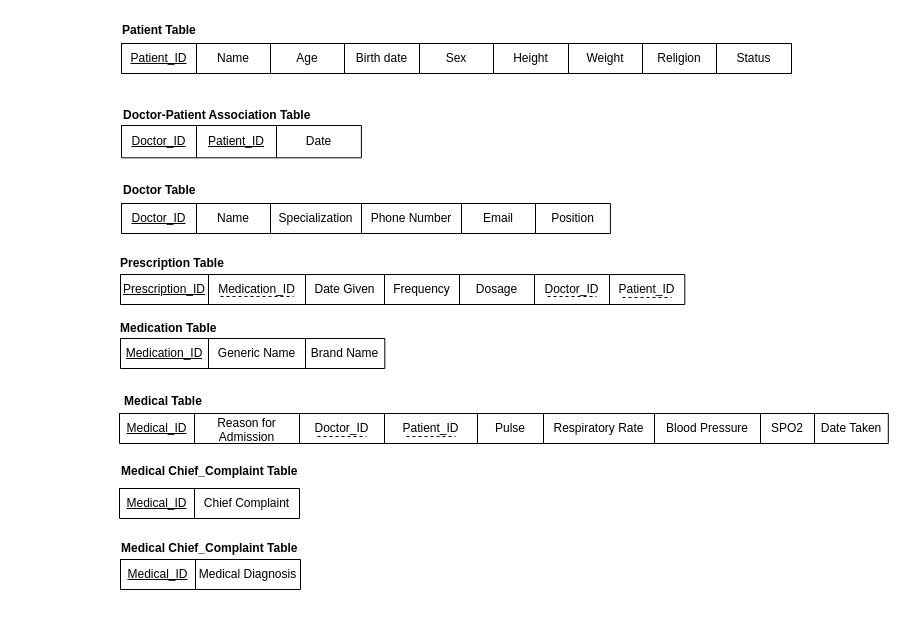
Earlier version of the draw.io diagram page "Normalized Relational Table" (3 of 3) of img/[CCINFOM, Group 7] EERD and Normalized DB.drawio (zrygan/DB-App). Source tidied: cells renumbered, new cells numbered last; positions are measured from the earlier drawing's top-left corner, leaving out a move shared by most shapes. Both pictures are drawn from the tidied source at 100%, with x=0, y=0 at pixel (118, 17).
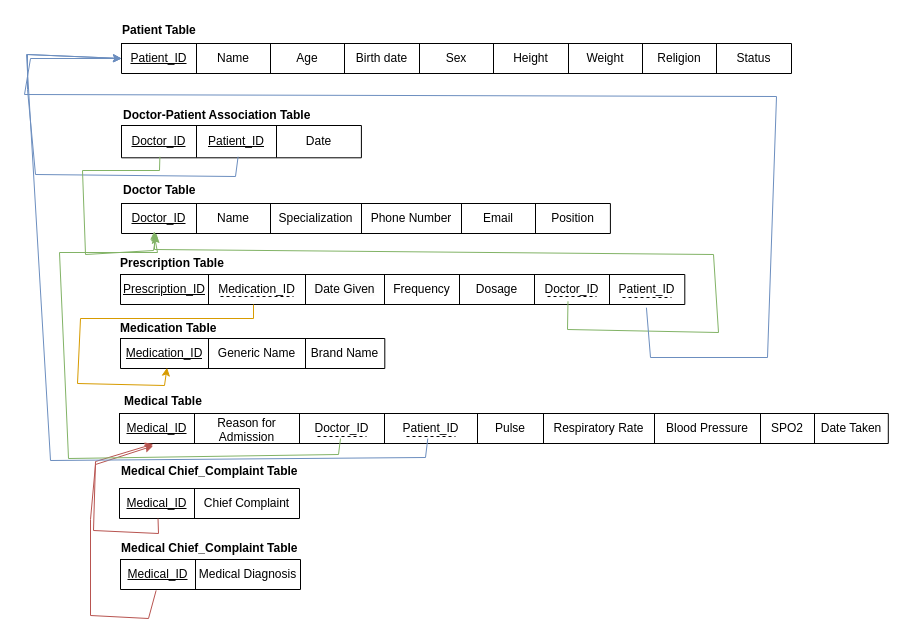
The same diagram, later.

The change refers to these unchanged cells:
```xml
<mxCell id="3" style="shape=tableRow;horizontal=0;startSize=0;swimlaneHead=0;swimlaneBody=0;strokeColor=inherit;top=0;left=0;bottom=0;right=0;fillColor=none;points=[[0,0.5],[1,0.5]];portConstraint=eastwest;fontSize=12;fontFamily=Carlito;" parent="2" vertex="1">
  <mxGeometry width="670" height="30" as="geometry" />
</mxCell>
<mxCell id="15" style="shape=tableRow;horizontal=0;startSize=0;swimlaneHead=0;swimlaneBody=0;strokeColor=inherit;top=0;left=0;bottom=0;right=0;fillColor=none;points=[[0,0.5],[1,0.5]];portConstraint=eastwest;fontSize=12;fontFamily=Carlito;" parent="14" vertex="1">
  <mxGeometry width="488.9" height="30" as="geometry" />
</mxCell>
<mxCell id="25" style="shape=tableRow;horizontal=0;startSize=0;swimlaneHead=0;swimlaneBody=0;strokeColor=inherit;top=0;left=0;bottom=0;right=0;fillColor=none;points=[[0,0.5],[1,0.5]];portConstraint=eastwest;fontSize=12;fontFamily=Carlito;" parent="24" vertex="1">
  <mxGeometry width="564.3" height="30" as="geometry" />
</mxCell>
<mxCell id="35" style="shape=tableRow;horizontal=0;startSize=0;swimlaneHead=0;swimlaneBody=0;strokeColor=inherit;top=0;left=0;bottom=0;right=0;fillColor=none;points=[[0,0.5],[1,0.5]];portConstraint=eastwest;fontSize=12;fontFamily=Carlito;" parent="34" vertex="1">
  <mxGeometry width="239.9" height="32" as="geometry" />
</mxCell>
<mxCell id="41" style="shape=tableRow;horizontal=0;startSize=0;swimlaneHead=0;swimlaneBody=0;strokeColor=inherit;top=0;left=0;bottom=0;right=0;fillColor=none;points=[[0,0.5],[1,0.5]];portConstraint=eastwest;fontSize=12;fontFamily=Carlito;" parent="40" vertex="1">
  <mxGeometry width="264.3" height="30" as="geometry" />
</mxCell>
<mxCell id="49" style="shape=tableRow;horizontal=0;startSize=0;swimlaneHead=0;swimlaneBody=0;strokeColor=inherit;top=0;left=0;bottom=0;right=0;fillColor=none;points=[[0,0.5],[1,0.5]];portConstraint=eastwest;fontSize=12;fontFamily=Carlito;" parent="48" vertex="1">
  <mxGeometry width="180" height="30" as="geometry" />
</mxCell>
<mxCell id="54" style="shape=tableRow;horizontal=0;startSize=0;swimlaneHead=0;swimlaneBody=0;strokeColor=inherit;top=0;left=0;bottom=0;right=0;fillColor=none;points=[[0,0.5],[1,0.5]];portConstraint=eastwest;fontSize=12;fontFamily=Carlito;" parent="53" vertex="1">
  <mxGeometry width="768.8" height="30" as="geometry" />
</mxCell>
<mxCell id="68" style="shape=tableRow;horizontal=0;startSize=0;swimlaneHead=0;swimlaneBody=0;strokeColor=inherit;top=0;left=0;bottom=0;right=0;fillColor=none;points=[[0,0.5],[1,0.5]];portConstraint=eastwest;fontSize=12;fontFamily=Carlito;" parent="67" vertex="1">
  <mxGeometry width="180" height="30" as="geometry" />
</mxCell>
```

The edit, as a diff of the source:
```diff
@@
+    <mxCell id="72" style="endArrow=classic;html=1;rounded=0;exitX=0.486;exitY=0.977;exitDx=0;exitDy=0;exitPerimeter=0;entryX=0;entryY=0.5;entryDx=0;entryDy=0;fillColor=#dae8fc;strokeColor=#6c8ebf;" parent="1" edge="1" source="35" target="3">
+      <mxGeometry relative="1" as="geometry">
+        <Array as="points">
+          <mxPoint x="117" y="159" />
+          <mxPoint x="-83" y="157" />
+          <mxPoint x="-91" y="72" />
+          <mxPoint x="-91" y="37" />
+        </Array>
+      </mxGeometry>
+    </mxCell>
+    <mxCell id="73" style="endArrow=classic;html=1;rounded=0;exitX=0.16;exitY=0.977;exitDx=0;exitDy=0;exitPerimeter=0;fillColor=#d5e8d4;strokeColor=#82b366;" parent="1" edge="1" source="35">
+      <mxGeometry relative="1" as="geometry">
+        <mxPoint x="38" y="216" as="targetPoint" />
+        <Array as="points">
+          <mxPoint x="41" y="153" />
+          <mxPoint x="-36" y="153" />
+          <mxPoint x="-33" y="237" />
+          <mxPoint x="35" y="233" />
+        </Array>
+      </mxGeometry>
+    </mxCell>
+    <mxCell id="74" style="endArrow=classic;html=1;rounded=0;exitX=0.793;exitY=0.894;exitDx=0;exitDy=0;exitPerimeter=0;entryX=0.067;entryY=0.927;entryDx=0;entryDy=0;entryPerimeter=0;fillColor=#d5e8d4;strokeColor=#82b366;" parent="1" edge="1" source="25" target="15">
+      <mxGeometry relative="1" as="geometry">
+        <Array as="points">
+          <mxPoint x="449" y="312" />
+          <mxPoint x="600" y="315" />
+          <mxPoint x="595" y="237" />
+          <mxPoint x="36" y="232" />
+        </Array>
+      </mxGeometry>
+    </mxCell>
+    <mxCell id="75" style="endArrow=classic;html=1;rounded=0;exitX=0.932;exitY=1.106;exitDx=0;exitDy=0;exitPerimeter=0;entryX=0;entryY=0.5;entryDx=0;entryDy=0;fillColor=#dae8fc;strokeColor=#6c8ebf;" parent="1" edge="1" source="25" target="3">
+      <mxGeometry relative="1" as="geometry">
+        <Array as="points">
+          <mxPoint x="532" y="340" />
+          <mxPoint x="649" y="340" />
+          <mxPoint x="658" y="79" />
+          <mxPoint x="-94" y="77" />
+          <mxPoint x="-88" y="41" />
+        </Array>
+      </mxGeometry>
+    </mxCell>
+    <mxCell id="76" style="endArrow=classic;html=1;rounded=0;entryX=0.176;entryY=0.973;entryDx=0;entryDy=0;entryPerimeter=0;fillColor=#ffe6cc;strokeColor=#d79b00;" parent="1" edge="1" target="41">
+      <mxGeometry relative="1" as="geometry">
+        <mxPoint x="135" y="287" as="sourcePoint" />
+        <Array as="points">
+          <mxPoint x="135" y="301" />
+          <mxPoint x="-38" y="301" />
+          <mxPoint x="-41" y="366" />
+          <mxPoint x="46" y="368" />
+        </Array>
+      </mxGeometry>
+    </mxCell>
+    <mxCell id="77" style="edgeStyle=none;jettySize=auto;html=1;rounded=0;exitX=0.214;exitY=1.003;exitDx=0;exitDy=0;exitPerimeter=0;entryX=0.044;entryY=1.018;entryDx=0;entryDy=0;entryPerimeter=0;fillColor=#f8cecc;strokeColor=#b85450;" parent="1" edge="1" source="49" target="54">
+      <mxGeometry relative="1" as="geometry">
+        <Array as="points">
+          <mxPoint x="40" y="516" />
+          <mxPoint x="-25" y="513" />
+          <mxPoint x="-23" y="444" />
+        </Array>
+      </mxGeometry>
+    </mxCell>
+    <mxCell id="78" style="edgeStyle=none;jettySize=auto;html=1;rounded=0;exitX=0.198;exitY=1.03;exitDx=0;exitDy=0;exitPerimeter=0;entryX=0.044;entryY=1.079;entryDx=0;entryDy=0;entryPerimeter=0;fillColor=#f8cecc;strokeColor=#b85450;" parent="1" edge="1" source="68" target="54">
+      <mxGeometry relative="1" as="geometry">
+        <Array as="points">
+          <mxPoint x="30" y="601" />
+          <mxPoint x="-28" y="598" />
+          <mxPoint x="-28" y="502" />
+          <mxPoint x="-23" y="447" />
+        </Array>
+      </mxGeometry>
+    </mxCell>
+    <mxCell id="79" style="edgeStyle=none;jettySize=auto;html=1;rounded=0;entryX=0.067;entryY=1.048;entryDx=0;entryDy=0;entryPerimeter=0;fillColor=#d5e8d4;strokeColor=#82b366;" parent="1" edge="1" target="15">
+      <mxGeometry relative="1" as="geometry">
+        <mxPoint x="222" y="421" as="sourcePoint" />
+        <Array as="points">
+          <mxPoint x="220" y="437" />
+          <mxPoint x="-50" y="441" />
+          <mxPoint x="-59" y="235" />
+          <mxPoint x="39" y="235" />
+        </Array>
+      </mxGeometry>
+    </mxCell>
+    <mxCell id="80" style="edgeStyle=none;jettySize=auto;html=1;rounded=0;exitX=0.401;exitY=0.836;exitDx=0;exitDy=0;exitPerimeter=0;entryX=0;entryY=0.5;entryDx=0;entryDy=0;fillColor=#dae8fc;strokeColor=#6c8ebf;" parent="1" edge="1" source="54" target="3">
+      <mxGeometry relative="1" as="geometry">
+        <Array as="points">
+          <mxPoint x="307" y="440" />
+          <mxPoint x="-68" y="443" />
+          <mxPoint x="-92" y="37" />
+        </Array>
+      </mxGeometry>
+    </mxCell>
```
